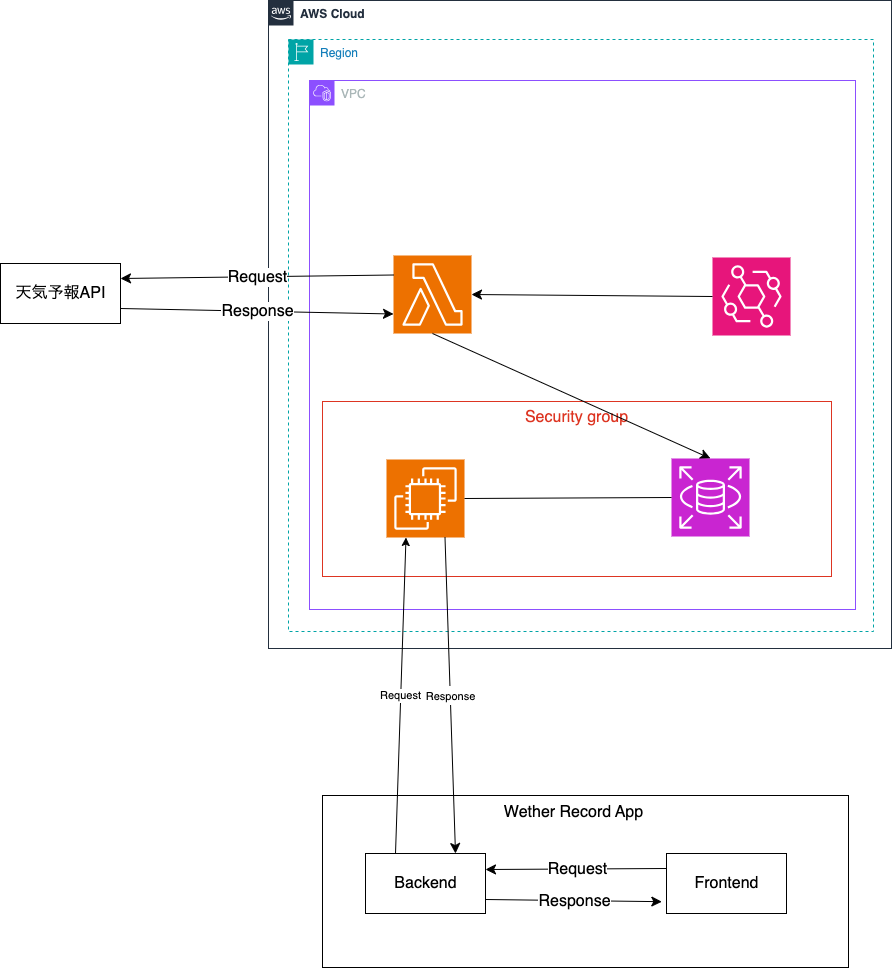
takumashiraki/weather-record keeps this draw.io diagram as 名称未設定ファイル.drawio.png. Above is the earlier version. Source tidied: cells renumbered, new cells last; positions are measured from the earlier drawing's top-left corner, leaving out a move shared by most shapes.
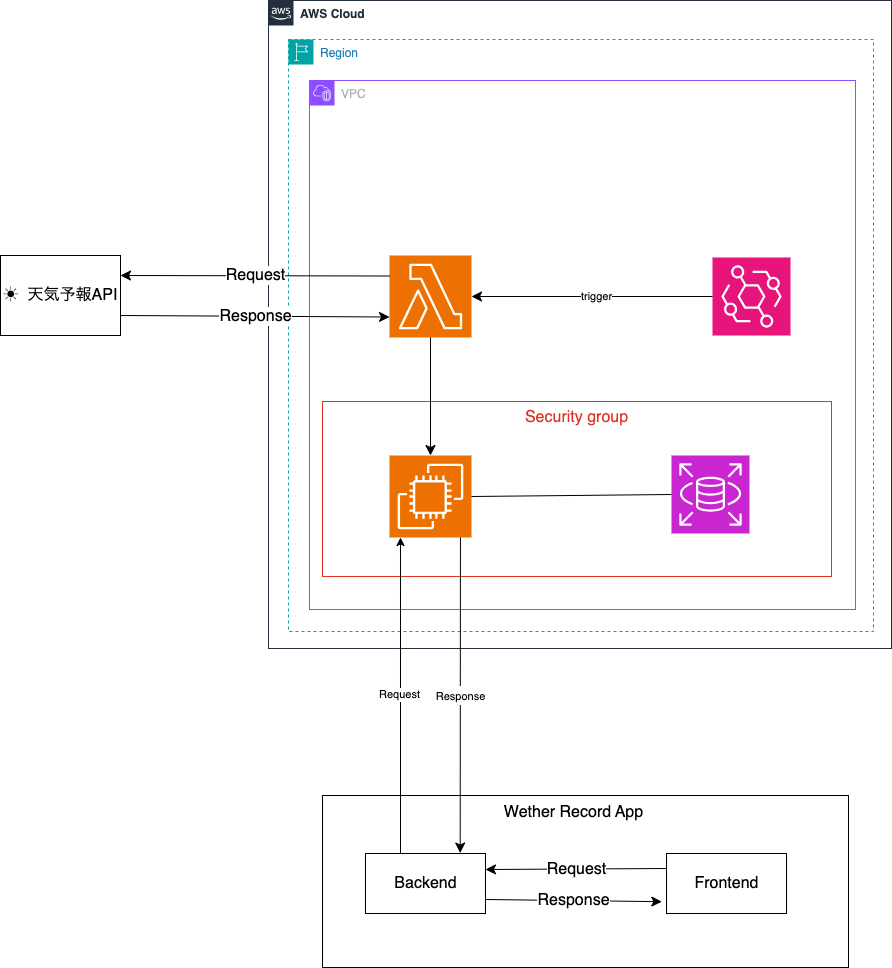
The same diagram one commit later.

Commit message:
名称未設定ファイル.drawio.png を更新します

What changed in the source:
```diff
@@ -15,7 +15,7 @@
       <mxGeometry x="309" y="80" width="546" height="529" as="geometry" />
     </mxCell>
     <mxCell id="6" style="sketch=0;points=[[0,0,0],[0.25,0,0],[0.5,0,0],[0.75,0,0],[1,0,0],[0,1,0],[0.25,1,0],[0.5,1,0],[0.75,1,0],[1,1,0],[0,0.25,0],[0,0.5,0],[0,0.75,0],[1,0.25,0],[1,0.5,0],[1,0.75,0]];outlineConnect=0;fontColor=#232F3E;fillColor=#ED7100;strokeColor=#ffffff;dashed=0;verticalLabelPosition=bottom;verticalAlign=top;align=center;html=1;fontSize=12;fontStyle=0;shape=mxgraph.aws4.resourceIcon;resIcon=mxgraph.aws4.lambda;" parent="5" vertex="1">
-      <mxGeometry x="84" y="175" width="78" height="78" as="geometry" />
+      <mxGeometry x="80" y="175" width="82" height="82" as="geometry" />
     </mxCell>
     <mxCell id="7" style="sketch=0;points=[[0,0,0],[0.25,0,0],[0.5,0,0],[0.75,0,0],[1,0,0],[0,1,0],[0.25,1,0],[0.5,1,0],[0.75,1,0],[1,1,0],[0,0.25,0],[0,0.5,0],[0,0.75,0],[1,0.25,0],[1,0.5,0],[1,0.75,0]];outlineConnect=0;fontColor=#232F3E;fillColor=#E7157B;strokeColor=#ffffff;dashed=0;verticalLabelPosition=bottom;verticalAlign=top;align=center;html=1;fontSize=12;fontStyle=0;shape=mxgraph.aws4.resourceIcon;resIcon=mxgraph.aws4.eventbridge;" parent="5" vertex="1">
       <mxGeometry x="403" y="177" width="78" height="78" as="geometry" />
@@ -23,28 +23,31 @@
     <mxCell id="8" style="endArrow=classic;html=1;rounded=0;fontSize=12;startSize=8;endSize=8;curved=1;exitX=0;exitY=0.5;exitDx=0;exitDy=0;exitPerimeter=0;entryX=1;entryY=0.5;entryDx=0;entryDy=0;entryPerimeter=0;" parent="5" edge="1" source="7" target="6">
       <mxGeometry relative="1" as="geometry" />
     </mxCell>
+    <mxCell id="41" value="trigger" style="edgeLabel;html=1;align=center;verticalAlign=middle;" parent="8" vertex="1">
+      <mxGeometry x="-0.03" relative="1" as="geometry" />
+    </mxCell>
+    <mxCell id="11" style="endArrow=classic;html=1;rounded=0;fontSize=12;startSize=8;endSize=8;curved=1;entryX=0.5;entryY=0;entryDx=0;entryDy=0;entryPerimeter=0;exitX=0.5;exitY=1;exitDx=0;exitDy=0;exitPerimeter=0;" parent="5" edge="1" source="6" target="12">
+      <mxGeometry relative="1" as="geometry" />
+    </mxCell>
+    <mxCell id="12" style="sketch=0;points=[[0,0,0],[0.25,0,0],[0.5,0,0],[0.75,0,0],[1,0,0],[0,1,0],[0.25,1,0],[0.5,1,0],[0.75,1,0],[1,1,0],[0,0.25,0],[0,0.5,0],[0,0.75,0],[1,0.25,0],[1,0.5,0],[1,0.75,0]];outlineConnect=0;fontColor=#232F3E;fillColor=#ED7100;strokeColor=#ffffff;dashed=0;verticalLabelPosition=bottom;verticalAlign=top;align=center;html=1;fontSize=12;fontStyle=0;shape=mxgraph.aws4.resourceIcon;resIcon=mxgraph.aws4.ec2;" parent="5" vertex="1">
+      <mxGeometry x="80" y="375" width="82" height="82" as="geometry" />
+    </mxCell>
     <mxCell id="9" style="edgeStyle=none;curved=1;rounded=0;orthogonalLoop=1;jettySize=auto;html=1;exitX=0.5;exitY=0;exitDx=0;exitDy=0;fontSize=12;startSize=8;endSize=8;" parent="1" edge="1" source="2" target="2">
       <mxGeometry relative="1" as="geometry" />
     </mxCell>
     <mxCell id="10" value="インスタンス" parent="0" />
-    <mxCell id="11" style="endArrow=classic;html=1;rounded=0;fontSize=12;startSize=8;endSize=8;curved=1;entryX=0.5;entryY=0;entryDx=0;entryDy=0;entryPerimeter=0;exitX=0.5;exitY=1;exitDx=0;exitDy=0;exitPerimeter=0;" parent="10" edge="1" source="6" target="13">
-      <mxGeometry relative="1" as="geometry" />
-    </mxCell>
-    <mxCell id="12" style="sketch=0;points=[[0,0,0],[0.25,0,0],[0.5,0,0],[0.75,0,0],[1,0,0],[0,1,0],[0.25,1,0],[0.5,1,0],[0.75,1,0],[1,1,0],[0,0.25,0],[0,0.5,0],[0,0.75,0],[1,0.25,0],[1,0.5,0],[1,0.75,0]];outlineConnect=0;fontColor=#232F3E;fillColor=#ED7100;strokeColor=#ffffff;dashed=0;verticalLabelPosition=bottom;verticalAlign=top;align=center;html=1;fontSize=12;fontStyle=0;shape=mxgraph.aws4.resourceIcon;resIcon=mxgraph.aws4.ec2;" parent="10" vertex="1">
-      <mxGeometry x="386" y="459" width="78" height="78" as="geometry" />
-    </mxCell>
     <mxCell id="13" style="sketch=0;points=[[0,0,0],[0.25,0,0],[0.5,0,0],[0.75,0,0],[1,0,0],[0,1,0],[0.25,1,0],[0.5,1,0],[0.75,1,0],[1,1,0],[0,0.25,0],[0,0.5,0],[0,0.75,0],[1,0.25,0],[1,0.5,0],[1,0.75,0]];outlineConnect=0;fontColor=#232F3E;fillColor=#C925D1;strokeColor=#ffffff;dashed=0;verticalLabelPosition=bottom;verticalAlign=top;align=center;html=1;fontSize=12;fontStyle=0;shape=mxgraph.aws4.resourceIcon;resIcon=mxgraph.aws4.rds;" parent="10" vertex="1">
-      <mxGeometry x="671" y="458" width="78" height="78" as="geometry" />
+      <mxGeometry x="671" y="455" width="78" height="78" as="geometry" />
     </mxCell>
     <mxCell id="14" value="ネット" parent="0" />
     <mxCell id="15" style="group;" parent="14" vertex="1">
-      <mxGeometry y="263" width="120" height="60" as="geometry" />
+      <mxGeometry y="255" width="120" height="80" as="geometry" />
     </mxCell>
-    <mxCell id="16" style="rounded=0;whiteSpace=wrap;html=1;fontSize=16;" parent="15" vertex="1">
-      <mxGeometry width="120" height="60" as="geometry" />
+    <mxCell id="16" style="rounded=0;whiteSpace=wrap;html=1;fontSize=16;fillColor=none;" parent="15" vertex="1">
+      <mxGeometry width="120" height="80" as="geometry" />
     </mxCell>
-    <mxCell id="17" value="天気予報API" style="text;html=1;strokeColor=none;fillColor=none;align=center;verticalAlign=middle;whiteSpace=wrap;rounded=0;fontSize=16;" parent="15" vertex="1">
-      <mxGeometry x="7" y="15" width="107" height="30" as="geometry" />
+    <mxCell id="17" value="☀️&amp;nbsp; 天気予報API" style="text;html=1;strokeColor=none;fillColor=none;align=center;verticalAlign=middle;whiteSpace=wrap;rounded=0;fontSize=16;" parent="15" vertex="1">
+      <mxGeometry y="20" width="120" height="40" as="geometry" />
     </mxCell>
     <mxCell id="18" style="endArrow=classic;html=1;rounded=0;fontSize=12;startSize=8;endSize=8;curved=1;exitX=1;exitY=0.75;exitDx=0;exitDy=0;entryX=0;entryY=0.75;entryDx=0;entryDy=0;entryPerimeter=0;" parent="14" edge="1" source="16" target="6">
       <mxGeometry relative="1" as="geometry" />
@@ -59,13 +62,13 @@
       <mxGeometry relative="1" as="geometry" />
     </mxCell>
     <mxCell id="22" value="App" parent="0" />
-    <mxCell id="23" style="rounded=0;whiteSpace=wrap;html=1;fontSize=16;labelBackgroundColor=none;" parent="22" vertex="1">
+    <mxCell id="23" style="rounded=0;whiteSpace=wrap;html=1;fontSize=16;labelBackgroundColor=none;fillColor=none;" parent="22" vertex="1">
       <mxGeometry x="322" y="795" width="526" height="172" as="geometry" />
     </mxCell>
     <mxCell id="24" style="group;" parent="22" vertex="1">
       <mxGeometry x="365" y="853" width="120" height="60" as="geometry" />
     </mxCell>
-    <mxCell id="25" style="rounded=0;whiteSpace=wrap;html=1;fontSize=16;" parent="24" vertex="1">
+    <mxCell id="25" style="rounded=0;whiteSpace=wrap;html=1;fontSize=16;fillColor=none;" parent="24" vertex="1">
       <mxGeometry width="120" height="60" as="geometry" />
     </mxCell>
     <mxCell id="26" value="Backend" style="text;html=1;strokeColor=none;fillColor=none;align=center;verticalAlign=middle;whiteSpace=wrap;rounded=0;fontSize=16;" parent="24" vertex="1">
@@ -74,7 +77,7 @@
     <mxCell id="27" style="group;" parent="22" vertex="1">
       <mxGeometry x="666" y="853" width="120" height="60" as="geometry" />
     </mxCell>
-    <mxCell id="28" style="rounded=0;whiteSpace=wrap;html=1;fontSize=16;" parent="27" vertex="1">
+    <mxCell id="28" style="rounded=0;whiteSpace=wrap;html=1;fontSize=16;fillColor=none;" parent="27" vertex="1">
       <mxGeometry width="120" height="60" as="geometry" />
     </mxCell>
     <mxCell id="29" value="Frontend" style="text;html=1;strokeColor=none;fillColor=none;align=center;verticalAlign=middle;whiteSpace=wrap;rounded=0;fontSize=16;" parent="27" vertex="1">
@@ -99,8 +102,16 @@
     <mxCell id="34" value="Wether Record App" style="text;html=1;strokeColor=none;fillColor=none;align=center;verticalAlign=middle;whiteSpace=wrap;rounded=0;fontSize=16;" parent="22" vertex="1">
       <mxGeometry x="491" y="797" width="165" height="30" as="geometry" />
     </mxCell>
+    <mxCell id="38" style="endArrow=classic;html=1;rounded=0;fontSize=9;startSize=8;endSize=8;curved=1;entryX=0.789;entryY=-0.008;entryDx=0;entryDy=0;entryPerimeter=0;exitX=0.271;exitY=0.777;exitDx=0;exitDy=0;exitPerimeter=0;" parent="22" edge="1" source="2" target="25">
+      <mxGeometry relative="1" as="geometry" />
+    </mxCell>
+    <mxCell id="39" value="&lt;font style=&quot;font-size: 11px;&quot;&gt;Response&lt;/font&gt;" style="edgeLabel;html=1;align=center;verticalAlign=middle;fontSize=16;" parent="38" vertex="1">
+      <mxGeometry relative="1" as="geometry" />
+    </mxCell>
-    <mxCell id="35" style="endArrow=classic;html=1;rounded=0;exitX=0.25;exitY=0;exitDx=0;exitDy=0;entryX=0.25;entryY=1;entryDx=0;entryDy=0;entryPerimeter=0;" parent="22" edge="1" source="25" target="12">
-      <mxGeometry relative="1" as="geometry" />
+    <mxCell id="35" style="endArrow=classic;html=1;rounded=0;exitX=0.25;exitY=0;exitDx=0;exitDy=0;entryX=0.134;entryY=1;entryDx=0;entryDy=0;entryPerimeter=0;" parent="22" edge="1" target="12">
+      <mxGeometry relative="1" as="geometry">
+        <mxPoint x="400" y="853" as="sourcePoint" />
+      </mxGeometry>
     </mxCell>
     <mxCell id="36" value="Label" style="edgeLabel;html=1;align=center;verticalAlign=middle;" parent="35" vertex="1">
       <mxGeometry relative="1" as="geometry" />
@@ -108,12 +119,6 @@
     <mxCell id="37" value="Request" style="edgeLabel;html=1;align=center;verticalAlign=middle;" parent="35" vertex="1">
       <mxGeometry x="0.01" y="1" relative="1" as="geometry" />
     </mxCell>
-    <mxCell id="38" style="endArrow=classic;html=1;rounded=0;fontSize=9;startSize=8;endSize=8;curved=1;exitX=0.75;exitY=1;exitDx=0;exitDy=0;entryX=0.75;entryY=0;entryDx=0;entryDy=0;exitPerimeter=0;" parent="22" edge="1" source="12" target="25">
-      <mxGeometry relative="1" as="geometry" />
-    </mxCell>
-    <mxCell id="39" value="&lt;font style=&quot;font-size: 11px;&quot;&gt;Response&lt;/font&gt;" style="edgeLabel;html=1;align=center;verticalAlign=middle;fontSize=16;" parent="38" vertex="1">
-      <mxGeometry relative="1" as="geometry" />
-    </mxCell>
     <mxCell id="40" style="endArrow=none;html=1;rounded=0;exitX=1;exitY=0.5;exitDx=0;exitDy=0;exitPerimeter=0;entryX=0;entryY=0.5;entryDx=0;entryDy=0;entryPerimeter=0;" parent="22" edge="1" source="12" target="13">
       <mxGeometry relative="1" as="geometry" />
     </mxCell>
```
